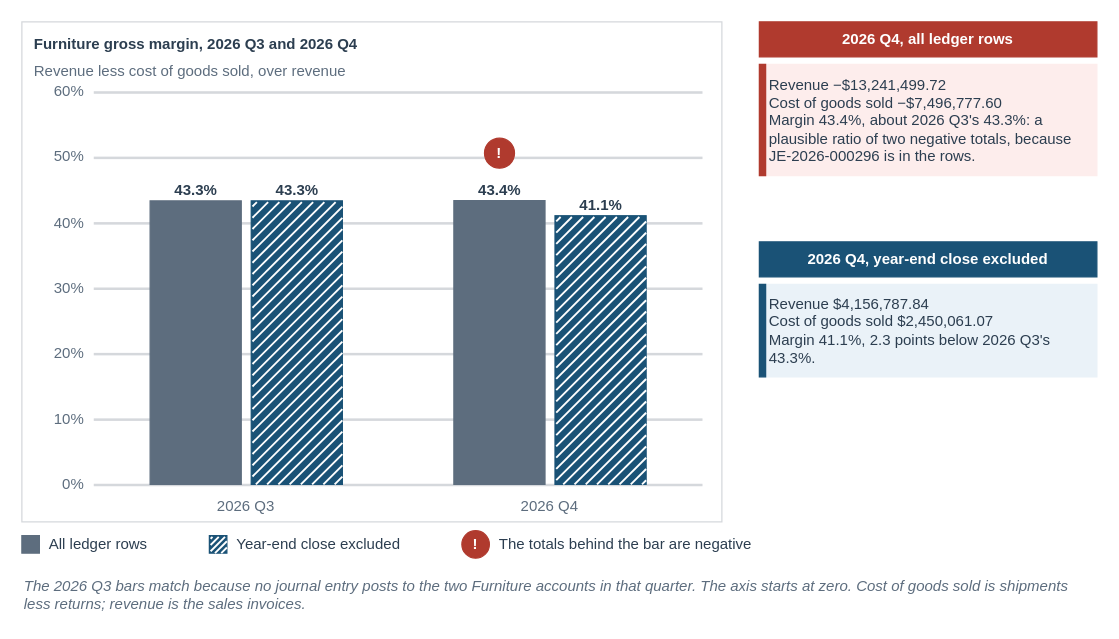
mmcodesso/Accounting_Analytics_Book keeps this draw.io diagram as facts/instructor/figures/case-part-1/IF-C1-5-B.drawio. Above is the earlier version. Source tidied: cells renumbered, new cells numbered last; positions are measured from the earlier drawing's top-left corner, leaving out a move shared by most shapes. Both pictures are drawn from the tidied source at 125%, with x=0, y=0 at pixel (21, 21).
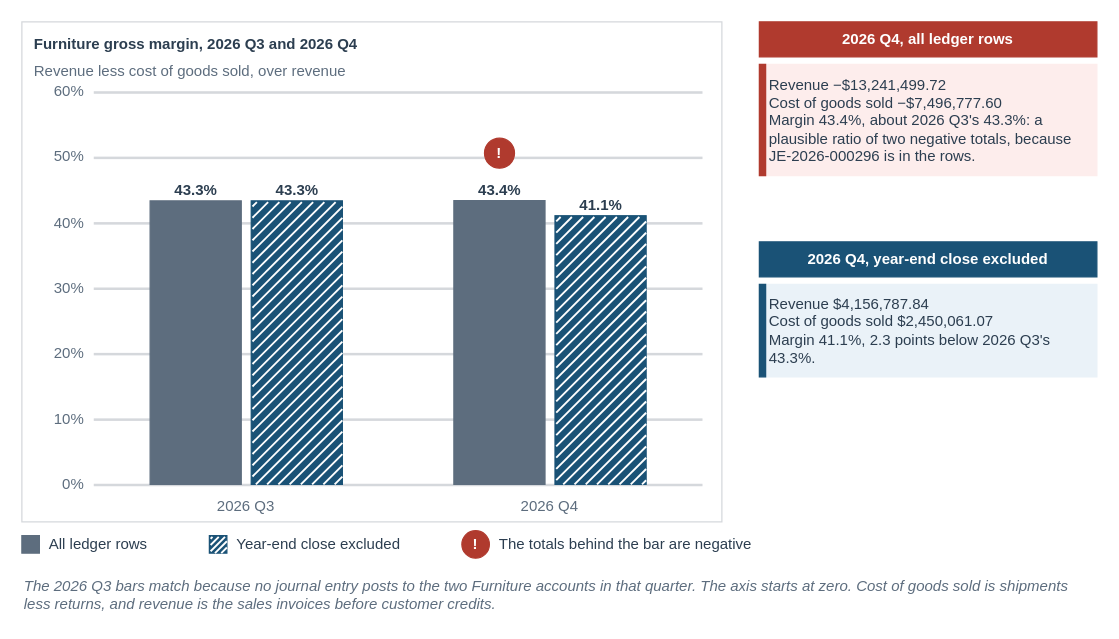
The same page after the edit.

Change to the diagram source:
```diff
@@
-    <mxCell id="256" value="&lt;i&gt;The 2026 Q3 bars match because no journal entry posts to the two Furniture accounts in that quarter. The axis starts at zero. Cost of goods sold is shipments less returns; revenue is the sales invoices.&lt;/i&gt;" style="text;html=1;whiteSpace=wrap;align=left;verticalAlign=top;fontSize=12;fontColor=#5D6D7E;fontStyle=0;fontFamily=Helvetica;spacing=2;fillColor=none;strokeColor=none;" parent="1" vertex="1">
+    <mxCell id="256" value="&lt;i&gt;The 2026 Q3 bars match because no journal entry posts to the two Furniture accounts in that quarter. The axis starts at zero. Cost of goods sold is shipments less returns, and revenue is the sales invoices before customer credits.&lt;/i&gt;" style="text;html=1;whiteSpace=wrap;align=left;verticalAlign=top;fontSize=12;fontColor=#5D6D7E;fontStyle=0;fontFamily=Helvetica;spacing=2;fillColor=none;strokeColor=none;" parent="1" vertex="1">
       <mxGeometry y="438" width="860" height="36" as="geometry" />
     </mxCell>
```
